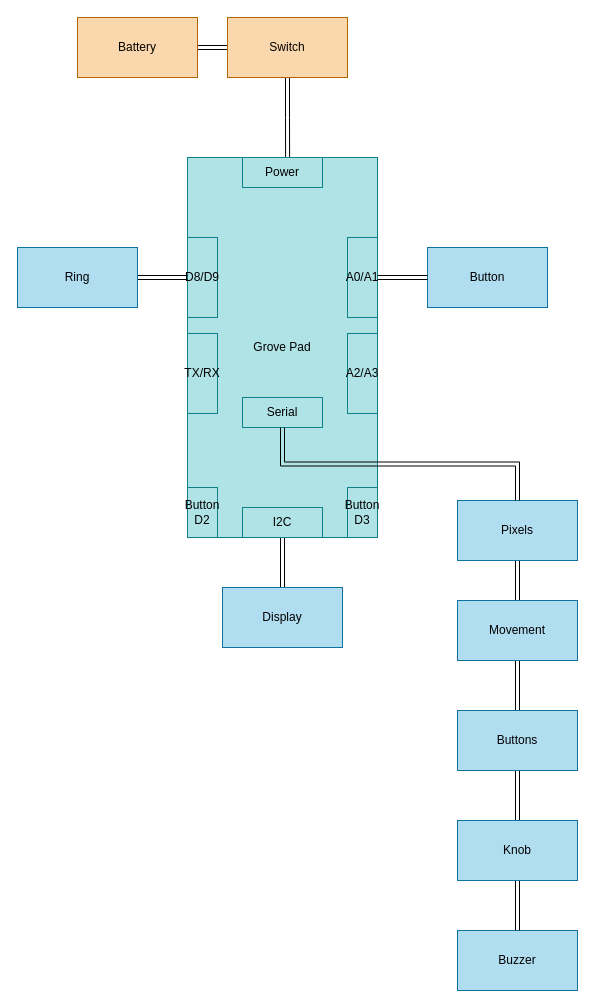
flavian-ost/Reacto keeps this draw.io diagram as assets/Modul Schema.drawio. Above is the earlier version. Source tidied: cells renumbered, new cells numbered last; positions are measured from the earlier drawing's top-left corner, leaving out a move shared by most shapes. Both pictures are drawn from the tidied source at 100%, with x=0, y=0 at pixel (17, 17).
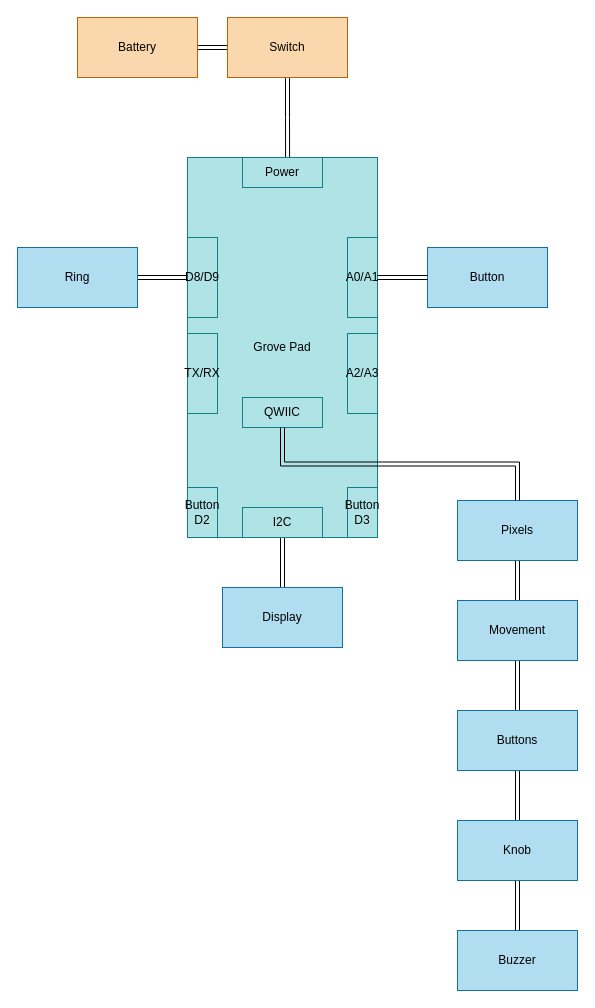
After the change.

Unchanged cells that the change refers to:
```xml
<mxCell id="17" style="group;" parent="1" vertex="1">
  <mxGeometry x="170" y="140" width="190" height="380" as="geometry" />
</mxCell>
```

Diff of the diagram source:
```diff
@@
-    <mxCell id="25" value="Serial" style="rounded=0;whiteSpace=wrap;html=1;fillColor=#b0e3e6;strokeColor=#0e8088;" parent="17" vertex="1">
+    <mxCell id="25" value="QWIIC" style="rounded=0;whiteSpace=wrap;html=1;fillColor=#b0e3e6;strokeColor=#0e8088;" parent="17" vertex="1">
       <mxGeometry x="55" y="240" width="80" height="30" as="geometry" />
     </mxCell>
```
